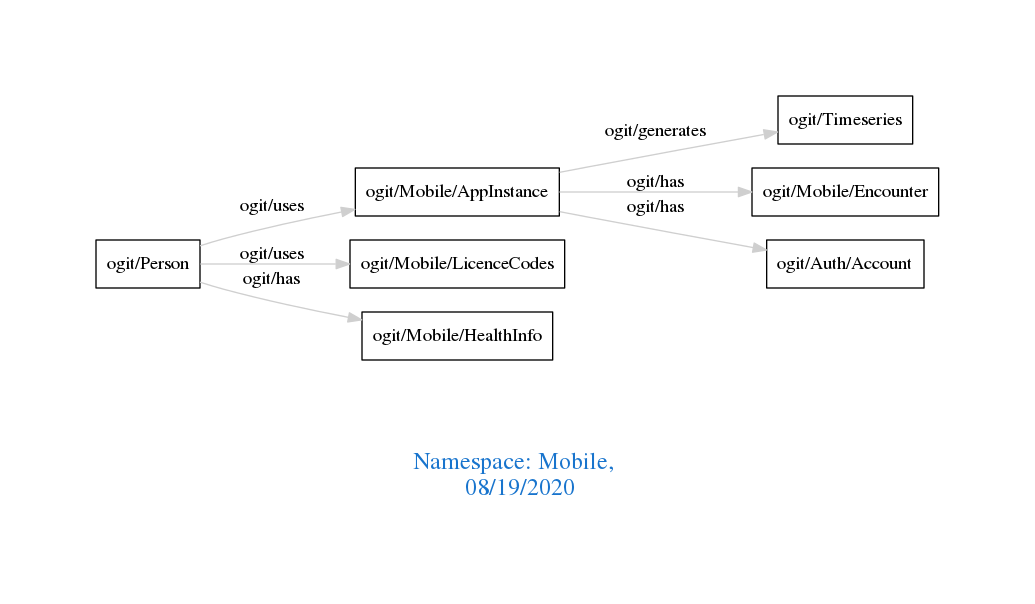
Earlier version of the Graphviz export downloads/Mobile.png (arago/OGIT). Its source is kept beside it as downloads/Mobile.dot.
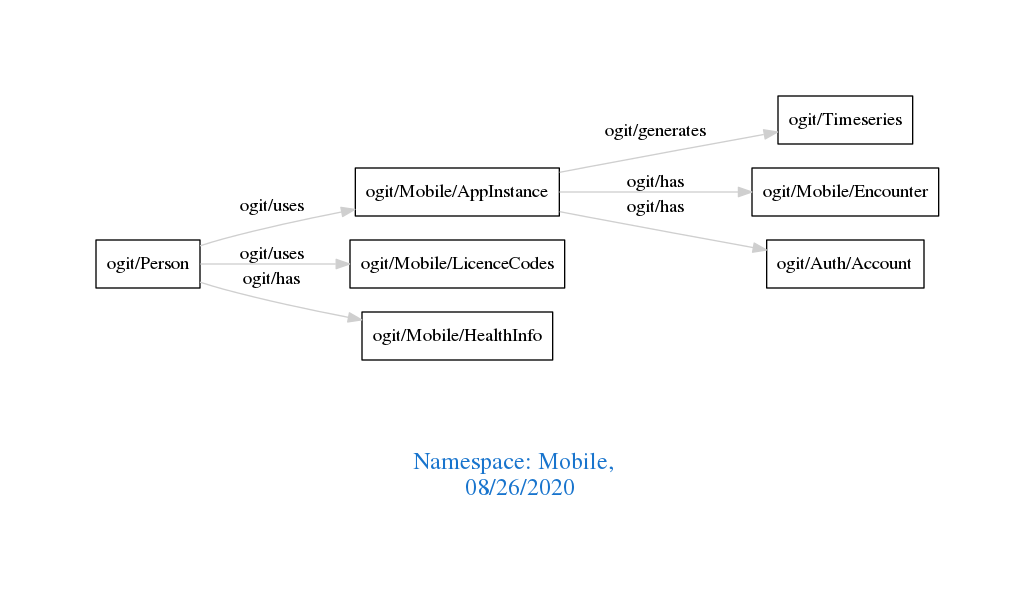
The same diagram one commit later.

Change to the diagram source:
```diff
@@ -1,7 +1,7 @@
 digraph OGIT_ontology {
  graph [ rankdir= LR,pad=1
 fontsize = 18,
-fontcolor= dodgerblue3,label = "\n\n\nNamespace: Mobile, \n 08/19/2020"];
+fontcolor= dodgerblue3,label = "\n\n\nNamespace: Mobile, \n 08/26/2020"];
 node[shape=polygon];
 edge [  color="gray81"];
 
```
